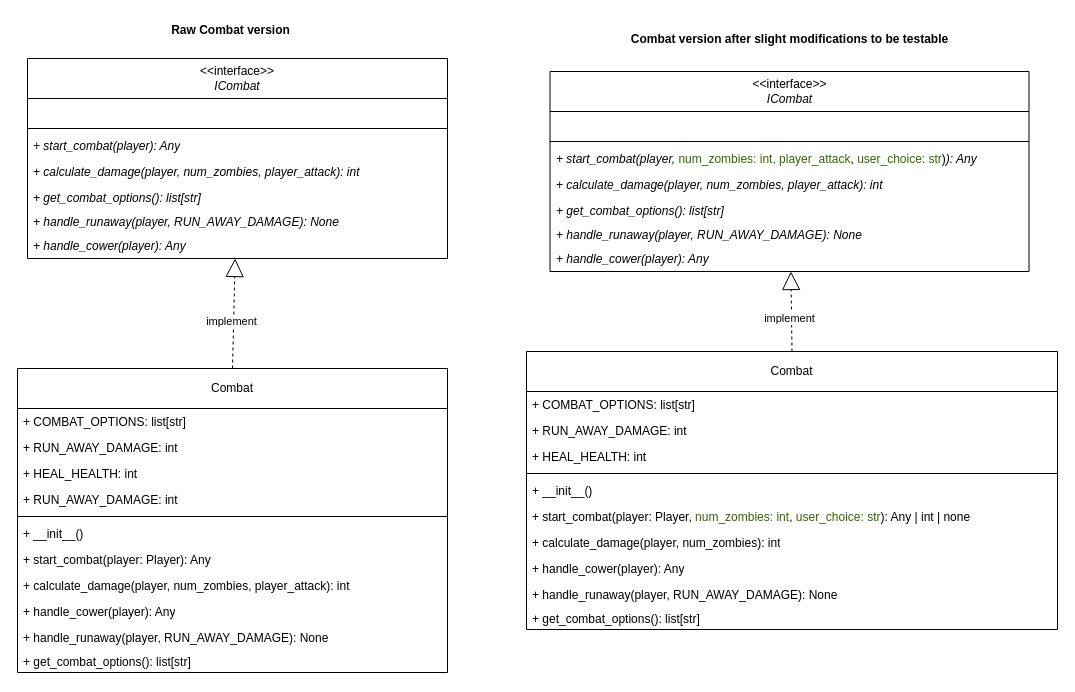
arsenie-sarmiento/ZombieInMyPocket keeps this draw.io diagram as page "combat_before" (1 of 2) of src/model/before_pattern.drawio. Above is the earlier version. Source tidied: cells renumbered, new cells numbered last; positions are measured from the earlier drawing's top-left corner, leaving out a move shared by most shapes. Both pictures are drawn from the tidied source at 100%, with x=0, y=0 at pixel (17, 17).
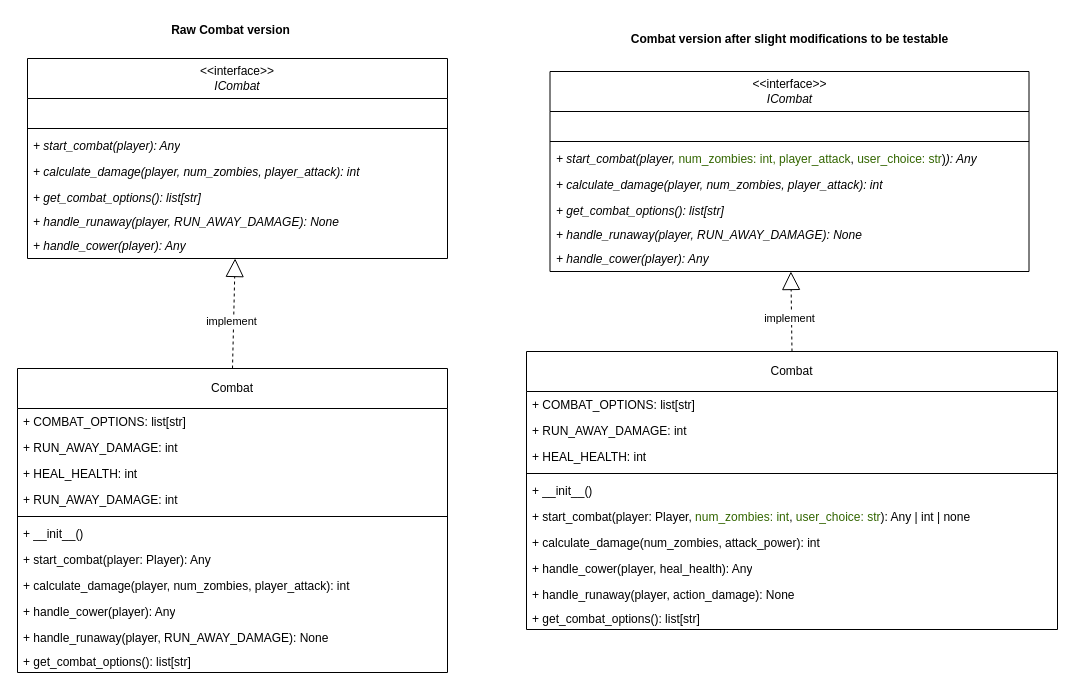
The same diagram, later.

Commit message (it also covers changes not shown here):
added player components

The change refers to these unchanged cells:
```xml
<mxCell id="26" value="Combat" style="swimlane;fontStyle=0;horizontal=1;startSize=40;fillColor=none;whiteSpace=wrap;html=1;" parent="1" vertex="1">
  <mxGeometry x="509" y="334" width="531" height="278" as="geometry" />
</mxCell>
```

Diff of the diagram source:
```diff
@@
-    <mxCell id="33" value="+&amp;nbsp;calculate_damage(player, num_zombies): int" style="text;strokeColor=none;fillColor=none;align=left;verticalAlign=top;spacingLeft=4;spacingRight=4;overflow=hidden;whiteSpace=wrap;html=1;fontStyle=0;" parent="26" vertex="1">
+    <mxCell id="33" value="+&amp;nbsp;calculate_damage(num_zombies, attack_power): int" style="text;strokeColor=none;fillColor=none;align=left;verticalAlign=top;spacingLeft=4;spacingRight=4;overflow=hidden;whiteSpace=wrap;html=1;fontStyle=0;" parent="26" vertex="1">
       <mxGeometry y="178" width="531" height="26" as="geometry" />
     </mxCell>
-    <mxCell id="34" value="+&amp;nbsp;handle_cower(player): Any" style="text;strokeColor=none;fillColor=none;align=left;verticalAlign=top;spacingLeft=4;spacingRight=4;overflow=hidden;whiteSpace=wrap;html=1;fontStyle=0;" parent="26" vertex="1">
+    <mxCell id="34" value="+&amp;nbsp;handle_cower(player, heal_health): Any" style="text;strokeColor=none;fillColor=none;align=left;verticalAlign=top;spacingLeft=4;spacingRight=4;overflow=hidden;whiteSpace=wrap;html=1;fontStyle=0;" parent="26" vertex="1">
       <mxGeometry y="204" width="531" height="26" as="geometry" />
     </mxCell>
-    <mxCell id="35" value="+&amp;nbsp;handle_runaway(player, RUN_AWAY_DAMAGE): None" style="text;strokeColor=none;fillColor=none;align=left;verticalAlign=top;spacingLeft=4;spacingRight=4;overflow=hidden;whiteSpace=wrap;html=1;fontStyle=0;" parent="26" vertex="1">
+    <mxCell id="35" value="+&amp;nbsp;handle_runaway(player, action_damage): None" style="text;strokeColor=none;fillColor=none;align=left;verticalAlign=top;spacingLeft=4;spacingRight=4;overflow=hidden;whiteSpace=wrap;html=1;fontStyle=0;" parent="26" vertex="1">
       <mxGeometry y="230" width="531" height="24" as="geometry" />
     </mxCell>
```
